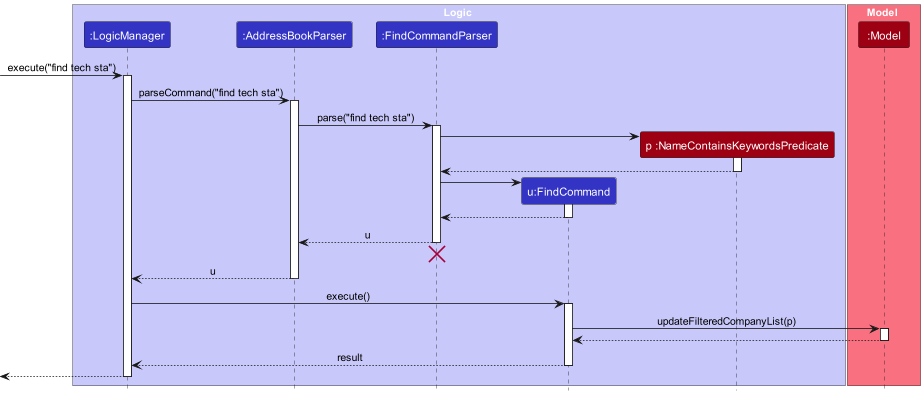
The PlantUML diagram docs/images/FindCompanySequenceDiagram.png in AY2324S1-CS2103T-T17-2/tp, before a commit.
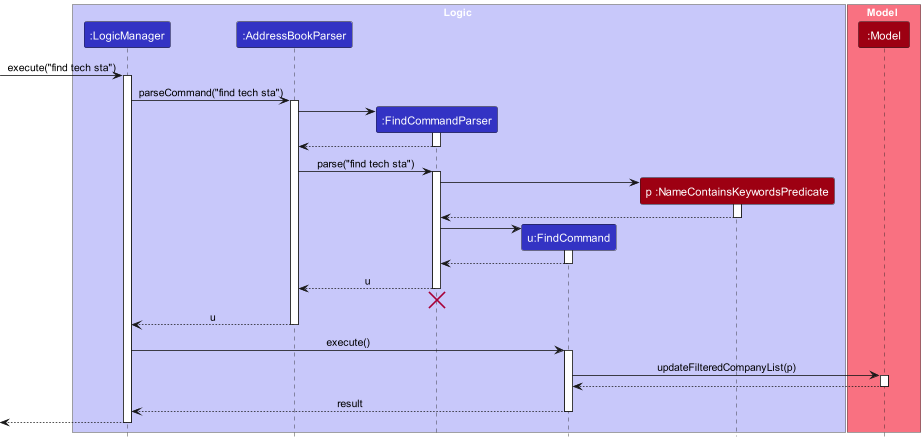
After the commit.

Diff of the diagram source:
```diff
@@ -19,6 +19,12 @@
 
 LogicManager -> AddressBookParser : parseCommand("find tech sta")
 activate AddressBookParser
+
+create FindCommandParser
+AddressBookParser -> FindCommandParser
+activate FindCommandParser
+FindCommandParser --> AddressBookParser
+deactivate FindCommandParser
 
 AddressBookParser -> FindCommandParser : parse("find tech sta")
 activate FindCommandParser
```
